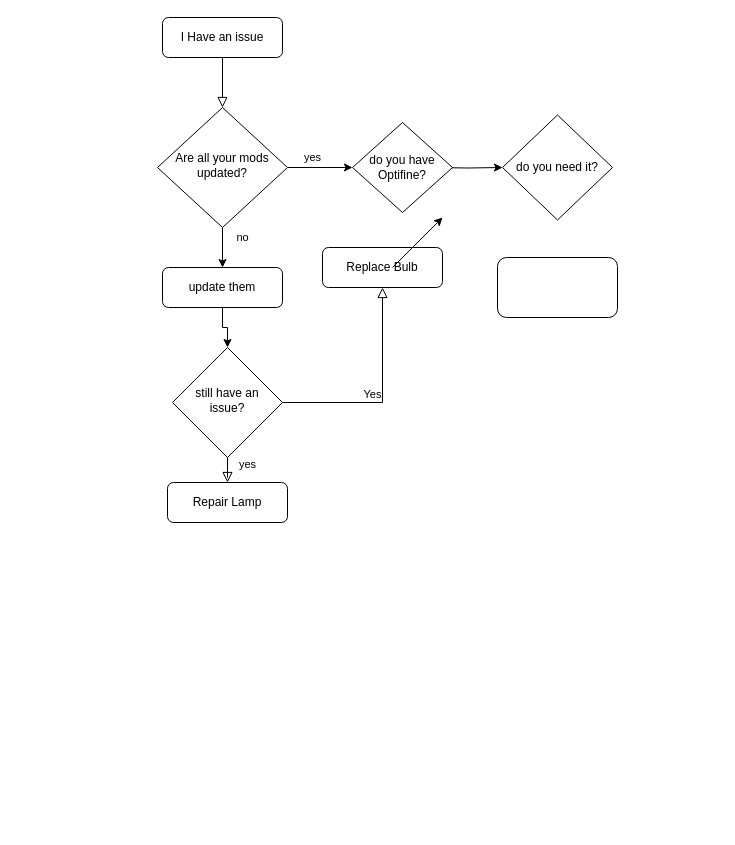
Earlier version of the draw.io diagram Diagramma senza titolo.drawio (MehVahdJukaar/flowchart). Source tidied: cells renumbered, new cells numbered last; positions are measured from the earlier drawing's top-left corner, leaving out a move shared by most shapes. Both pictures are drawn from the tidied source at 100%, with x=0, y=0 at pixel (157, 17).
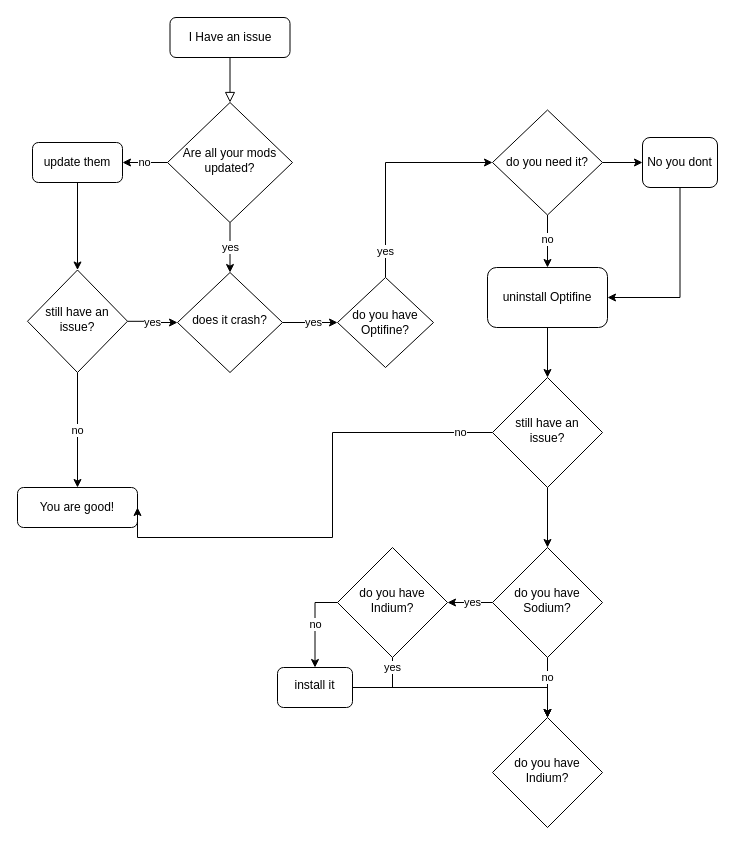
The same diagram, later.

Change to the diagram source:
```diff
@@
     <mxCell id="3" value="I Have an issue" style="rounded=1;whiteSpace=wrap;html=1;fontSize=12;glass=0;strokeWidth=1;shadow=0;" parent="1" vertex="1">
-      <mxGeometry x="5" width="120" height="40" as="geometry" />
+      <mxGeometry x="12.5" width="120" height="40" as="geometry" />
     </mxCell>
     <mxCell id="4" value="no" style="edgeStyle=orthogonalEdgeStyle;rounded=0;jettySize=auto;html=1;" parent="1" edge="1" source="6" target="16">
-      <mxGeometry x="-0.5" y="20" relative="1" as="geometry" />
+      <mxGeometry relative="1" as="geometry" />
     </mxCell>
-    <mxCell id="5" value="yes" style="edgeStyle=orthogonalEdgeStyle;rounded=0;jettySize=auto;html=1;" parent="1" edge="1" source="6" target="17">
-      <mxGeometry x="-0.23" y="10" relative="1" as="geometry" />
-    </mxCell>
+    <mxCell id="19" value="yes" style="edgeStyle=orthogonalEdgeStyle;rounded=0;jettySize=auto;html=1;" parent="1" edge="1" source="6" target="40">
+      <mxGeometry relative="1" as="geometry" />
+    </mxCell>
     <mxCell id="6" value="Are all your mods updated?" style="rhombus;whiteSpace=wrap;html=1;shadow=0;fontFamily=Helvetica;fontSize=12;align=center;strokeWidth=1;spacing=6;spacingTop=-4;" parent="1" vertex="1">
-      <mxGeometry y="90" width="130" height="120" as="geometry" />
+      <mxGeometry x="10" y="85" width="125" height="120" as="geometry" />
     </mxCell>
-    <mxCell id="7" style="edgeStyle=orthogonalEdgeStyle;rounded=0;jettySize=auto;html=1;" parent="1" edge="1" target="13">
-      <mxGeometry relative="1" as="geometry">
-        <mxPoint x="275" y="150" as="sourcePoint" />
-      </mxGeometry>
-    </mxCell>
-    <mxCell id="8" value="yes" style="rounded=0;html=1;jettySize=auto;fontSize=11;endArrow=block;endFill=0;endSize=8;strokeWidth=1;shadow=0;labelBackgroundColor=none;edgeStyle=orthogonalEdgeStyle;" parent="1" edge="1" source="10" target="11">
-      <mxGeometry x="0.33" y="20" relative="1" as="geometry" />
+    <mxCell id="8" value="no" style="edgeStyle=orthogonalEdgeStyle;rounded=0;jettySize=auto;html=1;exitX=0.5;exitY=1;exitDx=0;exitDy=0;entryX=0.5;entryY=0;entryDx=0;entryDy=0;" parent="1" edge="1" source="10" target="11">
+      <mxGeometry relative="1" as="geometry" />
     </mxCell>
-    <mxCell id="9" value="Yes" style="edgeStyle=orthogonalEdgeStyle;rounded=0;html=1;jettySize=auto;fontSize=11;endArrow=block;endFill=0;endSize=8;strokeWidth=1;shadow=0;labelBackgroundColor=none;" parent="1" edge="1" source="10" target="12">
-      <mxGeometry y="10" relative="1" as="geometry" />
-    </mxCell>
+    <mxCell id="20" value="yes" style="edgeStyle=orthogonalEdgeStyle;rounded=0;jettySize=auto;html=1;" parent="1" edge="1" source="10" target="40">
+      <mxGeometry relative="1" as="geometry" />
+    </mxCell>
     <mxCell id="10" value="still have an issue?" style="rhombus;whiteSpace=wrap;html=1;shadow=0;fontFamily=Helvetica;fontSize=12;align=center;strokeWidth=1;spacing=6;spacingTop=-4;" parent="1" vertex="1">
-      <mxGeometry x="15" y="330" width="110" height="110" as="geometry" />
+      <mxGeometry x="-130" y="252.5" width="100" height="102.5" as="geometry" />
     </mxCell>
-    <mxCell id="11" value="Repair Lamp" style="rounded=1;whiteSpace=wrap;html=1;fontSize=12;glass=0;strokeWidth=1;shadow=0;" parent="1" vertex="1">
-      <mxGeometry x="10" y="465" width="120" height="40" as="geometry" />
+    <mxCell id="11" value="You are good!" style="rounded=1;whiteSpace=wrap;html=1;fontSize=12;glass=0;strokeWidth=1;shadow=0;" parent="1" vertex="1">
+      <mxGeometry x="-140" y="470" width="120" height="40" as="geometry" />
     </mxCell>
-    <mxCell id="12" value="Replace Bulb" style="rounded=1;whiteSpace=wrap;html=1;fontSize=12;glass=0;strokeWidth=1;shadow=0;" parent="1" vertex="1">
-      <mxGeometry x="165" y="230" width="120" height="40" as="geometry" />
-    </mxCell>
+    <mxCell id="21" value="no" style="edgeStyle=orthogonalEdgeStyle;rounded=0;jettySize=auto;html=1;" parent="1" edge="1" source="13" target="18">
+      <mxGeometry x="-0.14" relative="1" as="geometry">
+        <mxPoint y="1" as="offset" />
+      </mxGeometry>
+    </mxCell>
+    <mxCell id="22" style="edgeStyle=orthogonalEdgeStyle;rounded=0;jettySize=auto;html=1;" parent="1" edge="1" source="13" target="26">
+      <mxGeometry relative="1" as="geometry" />
+    </mxCell>
     <mxCell id="13" value="do you need it?" style="rhombus;whiteSpace=wrap;html=1;" parent="1" vertex="1">
-      <mxGeometry x="345" y="97.5" width="110" height="105" as="geometry" />
+      <mxGeometry x="335" y="92.5" width="110" height="105" as="geometry" />
     </mxCell>
-    <mxCell id="14" style="endArrow=classic;html=1;rounded=0;" parent="1" edge="1">
-      <mxGeometry relative="1" as="geometry">
-        <mxPoint x="235" y="250" as="sourcePoint" />
-        <mxPoint x="285" y="200" as="targetPoint" />
-      </mxGeometry>
-    </mxCell>
@@
     <mxCell id="16" value="update them" style="rounded=1;whiteSpace=wrap;html=1;fontSize=12;glass=0;strokeWidth=1;shadow=0;" parent="1" vertex="1">
-      <mxGeometry x="5" y="250" width="120" height="40" as="geometry" />
+      <mxGeometry x="-125" y="125" width="90" height="40" as="geometry" />
     </mxCell>
+    <mxCell id="23" value="yes" style="edgeStyle=orthogonalEdgeStyle;rounded=0;jettySize=auto;html=1;exitX=0.5;exitY=0;exitDx=0;exitDy=0;entryX=0;entryY=0.5;entryDx=0;entryDy=0;" parent="1" edge="1" source="17" target="13">
+      <mxGeometry x="-0.77" relative="1" as="geometry" />
+    </mxCell>
     <mxCell id="17" value="do you have Optifine?" style="rhombus;whiteSpace=wrap;html=1;" parent="1" vertex="1">
-      <mxGeometry x="195" y="105" width="100" height="90" as="geometry" />
+      <mxGeometry x="180" y="260" width="96" height="90" as="geometry" />
     </mxCell>
+    <mxCell id="24" style="edgeStyle=orthogonalEdgeStyle;rounded=0;jettySize=auto;html=1;" parent="1" edge="1" source="18" target="29">
+      <mxGeometry relative="1" as="geometry" />
+    </mxCell>
-    <mxCell id="18" style="rounded=1;whiteSpace=wrap;html=1;" parent="1" vertex="1">
-      <mxGeometry x="340" y="240" width="120" height="60" as="geometry" />
+    <mxCell id="18" value="uninstall Optifine" style="rounded=1;whiteSpace=wrap;html=1;" parent="1" vertex="1">
+      <mxGeometry x="330" y="250" width="120" height="60" as="geometry" />
     </mxCell>
+    <mxCell id="25" style="edgeStyle=orthogonalEdgeStyle;rounded=0;jettySize=auto;html=1;exitX=0.5;exitY=1;exitDx=0;exitDy=0;entryX=1;entryY=0.5;entryDx=0;entryDy=0;" parent="1" edge="1" source="26" target="18">
+      <mxGeometry relative="1" as="geometry" />
+    </mxCell>
+    <mxCell id="26" value="No you dont" style="rounded=1;whiteSpace=wrap;html=1;" parent="1" vertex="1">
+      <mxGeometry x="485" y="120" width="75" height="50" as="geometry" />
+    </mxCell>
+    <mxCell id="27" value="no" style="edgeStyle=orthogonalEdgeStyle;rounded=0;jettySize=auto;html=1;exitX=0;exitY=0.5;exitDx=0;exitDy=0;entryX=1;entryY=0.5;entryDx=0;entryDy=0;" parent="1" edge="1" source="29" target="11">
+      <mxGeometry x="-0.87" relative="1" as="geometry">
+        <Array as="points">
+          <mxPoint x="175" y="415" />
+          <mxPoint x="175" y="520" />
+        </Array>
+      </mxGeometry>
+    </mxCell>
+    <mxCell id="28" style="edgeStyle=orthogonalEdgeStyle;rounded=0;jettySize=auto;html=1;" parent="1" edge="1" source="29" target="32">
+      <mxGeometry relative="1" as="geometry" />
+    </mxCell>
+    <mxCell id="29" value="still have an issue?" style="rhombus;whiteSpace=wrap;html=1;shadow=0;fontFamily=Helvetica;fontSize=12;align=center;strokeWidth=1;spacing=6;spacingTop=-4;" parent="1" vertex="1">
+      <mxGeometry x="335" y="360" width="110" height="110" as="geometry" />
+    </mxCell>
+    <mxCell id="30" value="yes" style="edgeStyle=orthogonalEdgeStyle;rounded=0;jettySize=auto;html=1;" parent="1" edge="1" source="32" target="35">
+      <mxGeometry x="-0.11" relative="1" as="geometry" />
+    </mxCell>
+    <mxCell id="31" value="no" style="edgeStyle=orthogonalEdgeStyle;rounded=0;jettySize=auto;html=1;" parent="1" edge="1" source="32" target="38">
+      <mxGeometry x="-0.33" relative="1" as="geometry" />
+    </mxCell>
+    <mxCell id="32" value="do you have Sodium?" style="rhombus;whiteSpace=wrap;html=1;shadow=0;fontFamily=Helvetica;fontSize=12;align=center;strokeWidth=1;spacing=6;spacingTop=-4;" parent="1" vertex="1">
+      <mxGeometry x="335" y="530" width="110" height="110" as="geometry" />
+    </mxCell>
+    <mxCell id="33" value="yes" style="edgeStyle=orthogonalEdgeStyle;rounded=0;jettySize=auto;html=1;" parent="1" edge="1" source="35" target="38">
+      <mxGeometry x="-0.91" relative="1" as="geometry">
+        <Array as="points">
+          <mxPoint x="235" y="670" />
+          <mxPoint x="390" y="670" />
+        </Array>
+      </mxGeometry>
+    </mxCell>
+    <mxCell id="34" value="no" style="edgeStyle=orthogonalEdgeStyle;rounded=0;jettySize=auto;html=1;exitX=0;exitY=0.5;exitDx=0;exitDy=0;entryX=0.5;entryY=0;entryDx=0;entryDy=0;" parent="1" edge="1" source="35" target="37">
+      <mxGeometry relative="1" as="geometry" />
+    </mxCell>
+    <mxCell id="35" value="do you have Indium?" style="rhombus;whiteSpace=wrap;html=1;shadow=0;fontFamily=Helvetica;fontSize=12;align=center;strokeWidth=1;spacing=6;spacingTop=-4;" parent="1" vertex="1">
+      <mxGeometry x="180" y="530" width="110" height="110" as="geometry" />
+    </mxCell>
+    <mxCell id="36" style="edgeStyle=orthogonalEdgeStyle;rounded=0;jettySize=auto;html=1;exitX=1;exitY=0.5;exitDx=0;exitDy=0;entryX=0.5;entryY=0;entryDx=0;entryDy=0;" parent="1" edge="1" source="37" target="38">
+      <mxGeometry relative="1" as="geometry" />
+    </mxCell>
+    <mxCell id="37" value="install it" style="rounded=1;whiteSpace=wrap;html=1;shadow=0;strokeWidth=1;spacing=6;spacingTop=-4;" parent="1" vertex="1">
+      <mxGeometry x="120" y="650" width="75" height="40" as="geometry" />
+    </mxCell>
+    <mxCell id="38" value="do you have Indium?" style="rhombus;whiteSpace=wrap;html=1;shadow=0;fontFamily=Helvetica;fontSize=12;align=center;strokeWidth=1;spacing=6;spacingTop=-4;" parent="1" vertex="1">
+      <mxGeometry x="335" y="700" width="110" height="110" as="geometry" />
+    </mxCell>
+    <mxCell id="39" value="yes" style="edgeStyle=orthogonalEdgeStyle;rounded=0;jettySize=auto;html=1;" parent="1" edge="1" source="40" target="17">
+      <mxGeometry x="0.14" relative="1" as="geometry" />
+    </mxCell>
+    <mxCell id="40" value="does it crash?" style="rhombus;whiteSpace=wrap;html=1;shadow=0;fontFamily=Helvetica;fontSize=12;align=center;strokeWidth=1;spacing=6;spacingTop=-4;" parent="1" vertex="1">
+      <mxGeometry x="20" y="255" width="105" height="100" as="geometry" />
+    </mxCell>
```
